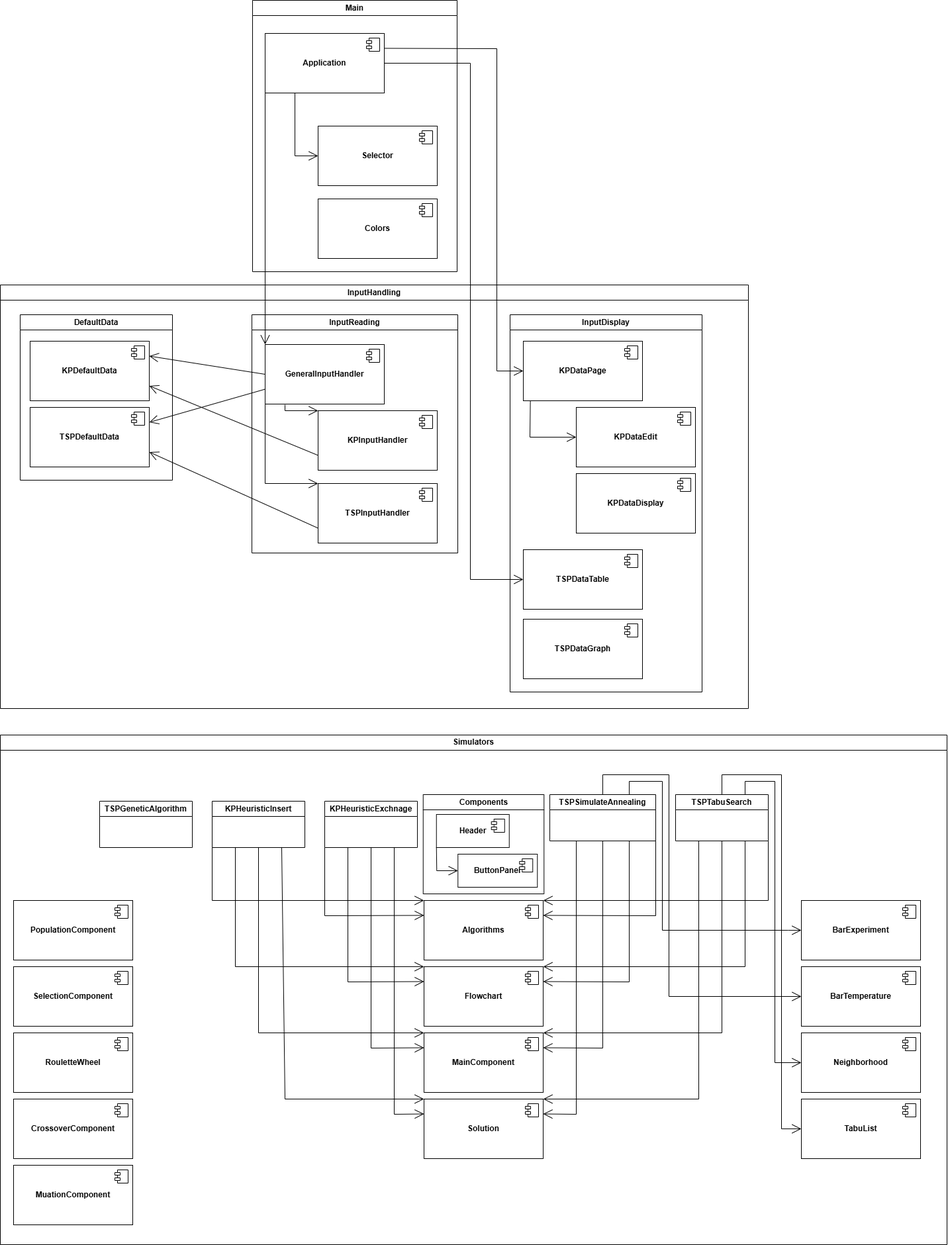
The draw.io diagram BP.png in marek311/heuristics, before a commit. Source tidied: cells renumbered, new cells last; positions are measured from the earlier drawing's top-left corner, leaving out a move shared by most shapes.
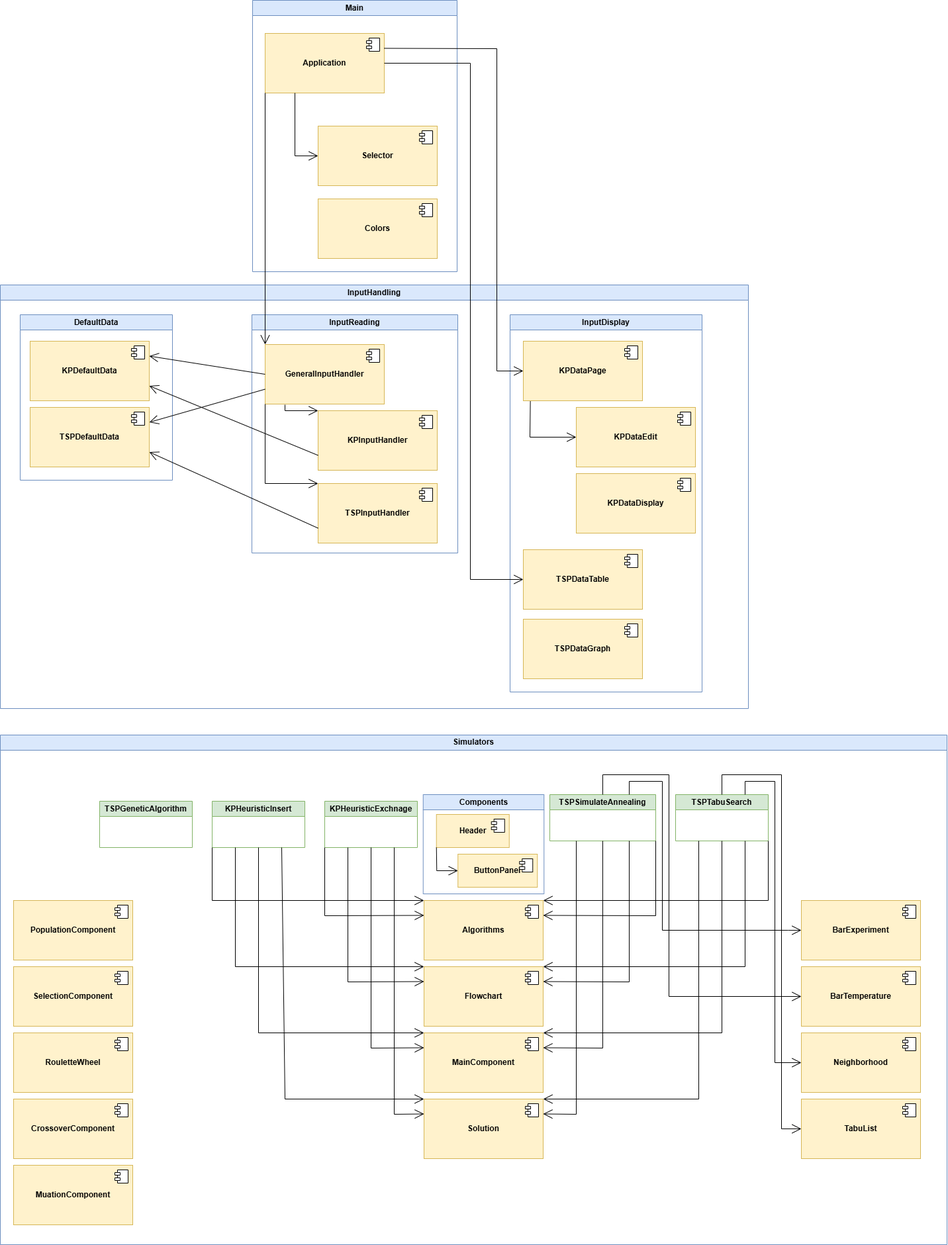
Later version of the same file.

Change to the diagram source:
```diff
@@ -2,13 +2,13 @@
   <root>
     <mxCell id="0" />
     <mxCell id="1" parent="0" />
-    <mxCell id="2" value="InputHandling" style="swimlane;whiteSpace=wrap;html=1;" parent="1" vertex="1">
+    <mxCell id="2" value="InputHandling" style="swimlane;whiteSpace=wrap;html=1;fillColor=#dae8fc;strokeColor=#6c8ebf;" parent="1" vertex="1">
       <mxGeometry y="430" width="1130" height="640" as="geometry" />
     </mxCell>
-    <mxCell id="3" value="Defa&lt;span style=&quot;background-color: transparent; color: light-dark(rgb(0, 0, 0), rgb(255, 255, 255));&quot;&gt;ultData&lt;/span&gt;" style="swimlane;whiteSpace=wrap;html=1;" parent="1" vertex="1">
+    <mxCell id="3" value="Defa&lt;span style=&quot;background-color: transparent; color: light-dark(rgb(0, 0, 0), rgb(255, 255, 255));&quot;&gt;ultData&lt;/span&gt;" style="swimlane;whiteSpace=wrap;html=1;fillColor=#dae8fc;strokeColor=#6c8ebf;" parent="1" vertex="1">
       <mxGeometry x="30" y="475" width="230" height="250" as="geometry" />
     </mxCell>
-    <mxCell id="4" value="&lt;b&gt;KPDefaultData&lt;/b&gt;" style="html=1;whiteSpace=wrap;" parent="3" vertex="1">
+    <mxCell id="4" value="&lt;b&gt;KPDefaultData&lt;/b&gt;" style="html=1;whiteSpace=wrap;fillColor=#fff2cc;strokeColor=#d6b656;" parent="3" vertex="1">
       <mxGeometry x="15" y="40" width="180" height="90" as="geometry" />
     </mxCell>
     <mxCell id="5" style="shape=module;jettyWidth=8;jettyHeight=4;" parent="4" vertex="1">
@@ -16,7 +16,7 @@
         <mxPoint x="-27" y="7" as="offset" />
       </mxGeometry>
     </mxCell>
-    <mxCell id="6" value="&lt;b&gt;TSPDefault&lt;/b&gt;&lt;b style=&quot;background-color: transparent; color: light-dark(rgb(0, 0, 0), rgb(255, 255, 255));&quot;&gt;Data&lt;/b&gt;" style="html=1;whiteSpace=wrap;" parent="3" vertex="1">
+    <mxCell id="6" value="&lt;b&gt;TSPDefault&lt;/b&gt;&lt;b style=&quot;background-color: transparent; color: light-dark(rgb(0, 0, 0), rgb(255, 255, 255));&quot;&gt;Data&lt;/b&gt;" style="html=1;whiteSpace=wrap;fillColor=#fff2cc;strokeColor=#d6b656;" parent="3" vertex="1">
       <mxGeometry x="15" y="140" width="180" height="90" as="geometry" />
     </mxCell>
     <mxCell id="7" style="shape=module;jettyWidth=8;jettyHeight=4;" parent="6" vertex="1">
@@ -24,10 +24,10 @@
         <mxPoint x="-27" y="7" as="offset" />
       </mxGeometry>
     </mxCell>
-    <mxCell id="8" value="InputDisplay" style="swimlane;whiteSpace=wrap;html=1;" parent="1" vertex="1">
+    <mxCell id="8" value="InputDisplay" style="swimlane;whiteSpace=wrap;html=1;fillColor=#dae8fc;strokeColor=#6c8ebf;" parent="1" vertex="1">
       <mxGeometry x="770" y="475" width="290" height="570" as="geometry" />
     </mxCell>
-    <mxCell id="9" value="&lt;b&gt;KPDataDisplay&lt;/b&gt;" style="html=1;whiteSpace=wrap;" parent="8" vertex="1">
+    <mxCell id="9" value="&lt;b&gt;KPDataDisplay&lt;/b&gt;" style="html=1;whiteSpace=wrap;fillColor=#fff2cc;strokeColor=#d6b656;" parent="8" vertex="1">
       <mxGeometry x="100" y="240" width="180" height="90" as="geometry" />
     </mxCell>
     <mxCell id="10" style="shape=module;jettyWidth=8;jettyHeight=4;" parent="9" vertex="1">
@@ -35,7 +35,7 @@
         <mxPoint x="-27" y="7" as="offset" />
       </mxGeometry>
     </mxCell>
-    <mxCell id="11" value="&lt;b&gt;KPDataEdit&lt;/b&gt;" style="html=1;whiteSpace=wrap;" parent="8" vertex="1">
+    <mxCell id="11" value="&lt;b&gt;KPDataEdit&lt;/b&gt;" style="html=1;whiteSpace=wrap;fillColor=#fff2cc;strokeColor=#d6b656;" parent="8" vertex="1">
       <mxGeometry x="100" y="140" width="180" height="90" as="geometry" />
     </mxCell>
     <mxCell id="12" style="shape=module;jettyWidth=8;jettyHeight=4;" parent="11" vertex="1">
@@ -43,7 +43,7 @@
         <mxPoint x="-27" y="7" as="offset" />
       </mxGeometry>
     </mxCell>
-    <mxCell id="13" value="&lt;b&gt;TSPDataGraph&lt;/b&gt;" style="html=1;whiteSpace=wrap;" parent="8" vertex="1">
+    <mxCell id="13" value="&lt;b&gt;TSPDataGraph&lt;/b&gt;" style="html=1;whiteSpace=wrap;fillColor=#fff2cc;strokeColor=#d6b656;" parent="8" vertex="1">
       <mxGeometry x="20" y="460" width="180" height="90" as="geometry" />
     </mxCell>
     <mxCell id="14" style="shape=module;jettyWidth=8;jettyHeight=4;" parent="13" vertex="1">
@@ -51,7 +51,7 @@
         <mxPoint x="-27" y="7" as="offset" />
       </mxGeometry>
     </mxCell>
-    <mxCell id="15" value="&lt;b&gt;KPDataPage&lt;/b&gt;" style="html=1;whiteSpace=wrap;" parent="8" vertex="1">
+    <mxCell id="15" value="&lt;b&gt;KPDataPage&lt;/b&gt;" style="html=1;whiteSpace=wrap;fillColor=#fff2cc;strokeColor=#d6b656;" parent="8" vertex="1">
       <mxGeometry x="20" y="40" width="180" height="90" as="geometry" />
     </mxCell>
     <mxCell id="16" style="shape=module;jettyWidth=8;jettyHeight=4;" parent="15" vertex="1">
@@ -66,7 +66,7 @@
         </Array>
       </mxGeometry>
     </mxCell>
-    <mxCell id="18" value="&lt;b&gt;TSPDataTable&lt;/b&gt;" style="html=1;whiteSpace=wrap;" parent="8" vertex="1">
+    <mxCell id="18" value="&lt;b&gt;TSPDataTable&lt;/b&gt;" style="html=1;whiteSpace=wrap;fillColor=#fff2cc;strokeColor=#d6b656;" parent="8" vertex="1">
       <mxGeometry x="20" y="355" width="180" height="90" as="geometry" />
     </mxCell>
     <mxCell id="19" style="shape=module;jettyWidth=8;jettyHeight=4;" parent="18" vertex="1">
@@ -74,10 +74,10 @@
         <mxPoint x="-27" y="7" as="offset" />
       </mxGeometry>
     </mxCell>
-    <mxCell id="20" value="InputReading" style="swimlane;whiteSpace=wrap;html=1;startSize=23;" parent="1" vertex="1">
+    <mxCell id="20" value="InputReading" style="swimlane;whiteSpace=wrap;html=1;startSize=23;fillColor=#dae8fc;strokeColor=#6c8ebf;" parent="1" vertex="1">
       <mxGeometry x="380" y="475" width="311" height="360" as="geometry" />
     </mxCell>
-    <mxCell id="21" value="&lt;b&gt;GeneralInputHandler&lt;/b&gt;" style="html=1;whiteSpace=wrap;" parent="20" vertex="1">
+    <mxCell id="21" value="&lt;b&gt;GeneralInputHandler&lt;/b&gt;" style="html=1;whiteSpace=wrap;fillColor=#fff2cc;strokeColor=#d6b656;" parent="20" vertex="1">
       <mxGeometry x="20" y="45" width="180" height="90" as="geometry" />
     </mxCell>
     <mxCell id="22" style="shape=module;jettyWidth=8;jettyHeight=4;" parent="21" vertex="1">
@@ -85,7 +85,7 @@
         <mxPoint x="-27" y="7" as="offset" />
       </mxGeometry>
     </mxCell>
-    <mxCell id="23" value="&lt;b&gt;TSPInputHandler&lt;/b&gt;" style="html=1;whiteSpace=wrap;" parent="20" vertex="1">
+    <mxCell id="23" value="&lt;b&gt;TSPInputHandler&lt;/b&gt;" style="html=1;whiteSpace=wrap;fillColor=#fff2cc;strokeColor=#d6b656;" parent="20" vertex="1">
       <mxGeometry x="100" y="255" width="180" height="90" as="geometry" />
     </mxCell>
     <mxCell id="24" style="shape=module;jettyWidth=8;jettyHeight=4;" parent="23" vertex="1">
@@ -101,7 +101,7 @@
         </Array>
       </mxGeometry>
     </mxCell>
-    <mxCell id="26" value="&lt;b&gt;KPInputHandler&lt;/b&gt;" style="html=1;whiteSpace=wrap;" parent="20" vertex="1">
+    <mxCell id="26" value="&lt;b&gt;KPInputHandler&lt;/b&gt;" style="html=1;whiteSpace=wrap;fillColor=#fff2cc;strokeColor=#d6b656;" parent="20" vertex="1">
       <mxGeometry x="100" y="145" width="180" height="90" as="geometry" />
     </mxCell>
     <mxCell id="27" style="shape=module;jettyWidth=8;jettyHeight=4;" parent="26" vertex="1">
@@ -129,10 +129,10 @@
     <mxCell id="32" style="endArrow=open;endFill=1;endSize=12;html=1;rounded=0;exitX=0;exitY=0.75;exitDx=0;exitDy=0;entryX=1;entryY=0.75;entryDx=0;entryDy=0;" parent="1" edge="1" source="23" target="6">
       <mxGeometry relative="1" as="geometry" />
     </mxCell>
-    <mxCell id="33" value="Main" style="swimlane;whiteSpace=wrap;html=1;" parent="1" vertex="1">
+    <mxCell id="33" value="Main" style="swimlane;whiteSpace=wrap;html=1;fillColor=#dae8fc;strokeColor=#6c8ebf;" parent="1" vertex="1">
       <mxGeometry x="381" width="309" height="410" as="geometry" />
     </mxCell>
-    <mxCell id="34" value="&lt;b&gt;Application&lt;/b&gt;" style="html=1;whiteSpace=wrap;" parent="33" vertex="1">
+    <mxCell id="34" value="&lt;b&gt;Application&lt;/b&gt;" style="html=1;whiteSpace=wrap;fillColor=#fff2cc;strokeColor=#d6b656;" parent="33" vertex="1">
       <mxGeometry x="19" y="50" width="180" height="90" as="geometry" />
     </mxCell>
     <mxCell id="35" style="shape=module;jettyWidth=8;jettyHeight=4;" parent="34" vertex="1">
@@ -140,7 +140,7 @@
         <mxPoint x="-27" y="7" as="offset" />
       </mxGeometry>
     </mxCell>
-    <mxCell id="36" value="&lt;b&gt;Selector&lt;/b&gt;" style="html=1;whiteSpace=wrap;" parent="33" vertex="1">
+    <mxCell id="36" value="&lt;b&gt;Selector&lt;/b&gt;" style="html=1;whiteSpace=wrap;fillColor=#fff2cc;strokeColor=#d6b656;" parent="33" vertex="1">
       <mxGeometry x="99" y="190" width="180" height="90" as="geometry" />
     </mxCell>
     <mxCell id="37" style="shape=module;jettyWidth=8;jettyHeight=4;" parent="36" vertex="1">
@@ -148,7 +148,7 @@
         <mxPoint x="-27" y="7" as="offset" />
       </mxGeometry>
     </mxCell>
-    <mxCell id="38" value="&lt;b&gt;Colors&lt;/b&gt;" style="html=1;whiteSpace=wrap;" parent="33" vertex="1">
+    <mxCell id="38" value="&lt;b&gt;Colors&lt;/b&gt;" style="html=1;whiteSpace=wrap;fillColor=#fff2cc;strokeColor=#d6b656;" parent="33" vertex="1">
       <mxGeometry x="99" y="300" width="180" height="90" as="geometry" />
     </mxCell>
     <mxCell id="39" style="shape=module;jettyWidth=8;jettyHeight=4;" parent="38" vertex="1">
@@ -182,10 +182,10 @@
         </Array>
       </mxGeometry>
     </mxCell>
-    <mxCell id="44" value="Simulators" style="swimlane;whiteSpace=wrap;html=1;" parent="1" vertex="1">
+    <mxCell id="44" value="Simulators" style="swimlane;whiteSpace=wrap;html=1;fillColor=#dae8fc;strokeColor=#6c8ebf;" parent="1" vertex="1">
       <mxGeometry y="1110" width="1430" height="770" as="geometry" />
     </mxCell>
-    <mxCell id="45" value="&lt;b&gt;Algorithms&lt;/b&gt;" style="html=1;whiteSpace=wrap;" parent="44" vertex="1">
+    <mxCell id="45" value="&lt;b&gt;Algorithms&lt;/b&gt;" style="html=1;whiteSpace=wrap;fillColor=#fff2cc;strokeColor=#d6b656;" parent="44" vertex="1">
       <mxGeometry x="640" y="250" width="180" height="90" as="geometry" />
     </mxCell>
     <mxCell id="46" style="shape=module;jettyWidth=8;jettyHeight=4;" parent="45" vertex="1">
@@ -193,7 +193,7 @@
         <mxPoint x="-27" y="7" as="offset" />
       </mxGeometry>
     </mxCell>
-    <mxCell id="47" value="&lt;b&gt;Flowchart&lt;/b&gt;" style="html=1;whiteSpace=wrap;" parent="44" vertex="1">
+    <mxCell id="47" value="&lt;b&gt;Flowchart&lt;/b&gt;" style="html=1;whiteSpace=wrap;fillColor=#fff2cc;strokeColor=#d6b656;" parent="44" vertex="1">
       <mxGeometry x="640" y="350" width="180" height="90" as="geometry" />
     </mxCell>
     <mxCell id="48" style="shape=module;jettyWidth=8;jettyHeight=4;" parent="47" vertex="1">
@@ -201,7 +201,7 @@
         <mxPoint x="-27" y="7" as="offset" />
       </mxGeometry>
     </mxCell>
-    <mxCell id="49" value="&lt;b&gt;MainComponent&lt;/b&gt;" style="html=1;whiteSpace=wrap;" parent="44" vertex="1">
+    <mxCell id="49" value="&lt;b&gt;MainComponent&lt;/b&gt;" style="html=1;whiteSpace=wrap;fillColor=#fff2cc;strokeColor=#d6b656;" parent="44" vertex="1">
       <mxGeometry x="640" y="450" width="180" height="90" as="geometry" />
     </mxCell>
     <mxCell id="50" style="shape=module;jettyWidth=8;jettyHeight=4;" parent="49" vertex="1">
@@ -209,7 +209,7 @@
         <mxPoint x="-27" y="7" as="offset" />
       </mxGeometry>
     </mxCell>
-    <mxCell id="51" value="&lt;b&gt;Solution&lt;/b&gt;" style="html=1;whiteSpace=wrap;" parent="44" vertex="1">
+    <mxCell id="51" value="&lt;b&gt;Solution&lt;/b&gt;" style="html=1;whiteSpace=wrap;fillColor=#fff2cc;strokeColor=#d6b656;" parent="44" vertex="1">
       <mxGeometry x="640" y="550" width="180" height="90" as="geometry" />
     </mxCell>
     <mxCell id="52" style="shape=module;jettyWidth=8;jettyHeight=4;" parent="51" vertex="1">
@@ -217,7 +217,7 @@
         <mxPoint x="-27" y="7" as="offset" />
       </mxGeometry>
     </mxCell>
-    <mxCell id="53" value="&lt;b&gt;BarExperiment&lt;/b&gt;" style="html=1;whiteSpace=wrap;" parent="44" vertex="1">
+    <mxCell id="53" value="&lt;b&gt;BarExperiment&lt;/b&gt;" style="html=1;whiteSpace=wrap;fillColor=#fff2cc;strokeColor=#d6b656;" parent="44" vertex="1">
       <mxGeometry x="1210" y="250" width="180" height="90" as="geometry" />
     </mxCell>
     <mxCell id="54" style="shape=module;jettyWidth=8;jettyHeight=4;" parent="53" vertex="1">
@@ -225,7 +225,7 @@
         <mxPoint x="-27" y="7" as="offset" />
       </mxGeometry>
     </mxCell>
-    <mxCell id="55" value="&lt;b&gt;BarTemperature&lt;/b&gt;" style="html=1;whiteSpace=wrap;" parent="44" vertex="1">
+    <mxCell id="55" value="&lt;b&gt;BarTemperature&lt;/b&gt;" style="html=1;whiteSpace=wrap;fillColor=#fff2cc;strokeColor=#d6b656;" parent="44" vertex="1">
       <mxGeometry x="1210" y="350" width="180" height="90" as="geometry" />
     </mxCell>
     <mxCell id="56" style="shape=module;jettyWidth=8;jettyHeight=4;" parent="55" vertex="1">
@@ -233,7 +233,7 @@
         <mxPoint x="-27" y="7" as="offset" />
       </mxGeometry>
     </mxCell>
-    <mxCell id="57" value="&lt;b&gt;Neighborhood&lt;/b&gt;" style="html=1;whiteSpace=wrap;" parent="44" vertex="1">
+    <mxCell id="57" value="&lt;b&gt;Neighborhood&lt;/b&gt;" style="html=1;whiteSpace=wrap;fillColor=#fff2cc;strokeColor=#d6b656;" parent="44" vertex="1">
       <mxGeometry x="1210" y="450" width="180" height="90" as="geometry" />
     </mxCell>
     <mxCell id="58" style="shape=module;jettyWidth=8;jettyHeight=4;" parent="57" vertex="1">
@@ -241,7 +241,7 @@
         <mxPoint x="-27" y="7" as="offset" />
       </mxGeometry>
     </mxCell>
-    <mxCell id="59" value="&lt;b&gt;TabuList&lt;/b&gt;" style="html=1;whiteSpace=wrap;" parent="44" vertex="1">
+    <mxCell id="59" value="&lt;b&gt;TabuList&lt;/b&gt;" style="html=1;whiteSpace=wrap;fillColor=#fff2cc;strokeColor=#d6b656;" parent="44" vertex="1">
       <mxGeometry x="1210" y="550" width="180" height="90" as="geometry" />
     </mxCell>
     <mxCell id="60" style="shape=module;jettyWidth=8;jettyHeight=4;" parent="59" vertex="1">
@@ -249,7 +249,7 @@
         <mxPoint x="-27" y="7" as="offset" />
       </mxGeometry>
     </mxCell>
-    <mxCell id="61" value="&lt;b&gt;CrossoverComponent&lt;/b&gt;" style="html=1;whiteSpace=wrap;" parent="44" vertex="1">
+    <mxCell id="61" value="&lt;b&gt;CrossoverComponent&lt;/b&gt;" style="html=1;whiteSpace=wrap;fillColor=#fff2cc;strokeColor=#d6b656;" parent="44" vertex="1">
       <mxGeometry x="20" y="550" width="180" height="90" as="geometry" />
     </mxCell>
     <mxCell id="62" style="shape=module;jettyWidth=8;jettyHeight=4;" parent="61" vertex="1">
@@ -257,7 +257,7 @@
         <mxPoint x="-27" y="7" as="offset" />
       </mxGeometry>
     </mxCell>
-    <mxCell id="63" value="&lt;b&gt;MuationComponent&lt;/b&gt;" style="html=1;whiteSpace=wrap;" parent="44" vertex="1">
+    <mxCell id="63" value="&lt;b&gt;MuationComponent&lt;/b&gt;" style="html=1;whiteSpace=wrap;fillColor=#fff2cc;strokeColor=#d6b656;" parent="44" vertex="1">
       <mxGeometry x="20" y="650" width="180" height="90" as="geometry" />
     </mxCell>
     <mxCell id="64" style="shape=module;jettyWidth=8;jettyHeight=4;" parent="63" vertex="1">
@@ -265,7 +265,7 @@
         <mxPoint x="-27" y="7" as="offset" />
       </mxGeometry>
     </mxCell>
-    <mxCell id="65" value="&lt;b&gt;PopulationComponent&lt;/b&gt;" style="html=1;whiteSpace=wrap;" parent="44" vertex="1">
+    <mxCell id="65" value="&lt;b&gt;PopulationComponent&lt;/b&gt;" style="html=1;whiteSpace=wrap;fillColor=#fff2cc;strokeColor=#d6b656;" parent="44" vertex="1">
       <mxGeometry x="20" y="250" width="180" height="90" as="geometry" />
     </mxCell>
     <mxCell id="66" style="shape=module;jettyWidth=8;jettyHeight=4;" parent="65" vertex="1">
@@ -273,7 +273,7 @@
         <mxPoint x="-27" y="7" as="offset" />
       </mxGeometry>
     </mxCell>
-    <mxCell id="67" value="&lt;b&gt;RouletteWheel&lt;/b&gt;" style="html=1;whiteSpace=wrap;" parent="44" vertex="1">
+    <mxCell id="67" value="&lt;b&gt;RouletteWheel&lt;/b&gt;" style="html=1;whiteSpace=wrap;fillColor=#fff2cc;strokeColor=#d6b656;" parent="44" vertex="1">
       <mxGeometry x="20" y="450" width="180" height="90" as="geometry" />
     </mxCell>
     <mxCell id="68" style="shape=module;jettyWidth=8;jettyHeight=4;" parent="67" vertex="1">
@@ -281,7 +281,7 @@
         <mxPoint x="-27" y="7" as="offset" />
       </mxGeometry>
     </mxCell>
-    <mxCell id="69" value="&lt;b&gt;SelectionComponent&lt;/b&gt;" style="html=1;whiteSpace=wrap;" parent="44" vertex="1">
+    <mxCell id="69" value="&lt;b&gt;SelectionComponent&lt;/b&gt;" style="html=1;whiteSpace=wrap;fillColor=#fff2cc;strokeColor=#d6b656;" parent="44" vertex="1">
       <mxGeometry x="20" y="350" width="180" height="90" as="geometry" />
     </mxCell>
     <mxCell id="70" style="shape=module;jettyWidth=8;jettyHeight=4;" parent="69" vertex="1">
@@ -289,19 +289,19 @@
         <mxPoint x="-27" y="7" as="offset" />
       </mxGeometry>
     </mxCell>
-    <mxCell id="71" value="KPHeuristicExchnage" style="swimlane;whiteSpace=wrap;html=1;" parent="44" vertex="1">
+    <mxCell id="71" value="KPHeuristicExchnage" style="swimlane;whiteSpace=wrap;html=1;fillColor=#d5e8d4;strokeColor=#82b366;" parent="44" vertex="1">
       <mxGeometry x="490" y="100" width="140" height="70" as="geometry" />
     </mxCell>
-    <mxCell id="72" value="KPHeuristicInsert" style="swimlane;whiteSpace=wrap;html=1;" parent="44" vertex="1">
+    <mxCell id="72" value="KPHeuristicInsert" style="swimlane;whiteSpace=wrap;html=1;fillColor=#d5e8d4;strokeColor=#82b366;" parent="44" vertex="1">
       <mxGeometry x="320" y="100" width="140" height="70" as="geometry" />
     </mxCell>
-    <mxCell id="73" value="TSPGeneticAlgorithm" style="swimlane;whiteSpace=wrap;html=1;" parent="44" vertex="1">
+    <mxCell id="73" value="TSPGeneticAlgorithm" style="swimlane;whiteSpace=wrap;html=1;fillColor=#d5e8d4;strokeColor=#82b366;" parent="44" vertex="1">
       <mxGeometry x="150" y="100" width="140" height="70" as="geometry" />
     </mxCell>
-    <mxCell id="74" value="TSPTabuSearch" style="swimlane;whiteSpace=wrap;html=1;" parent="44" vertex="1">
+    <mxCell id="74" value="TSPTabuSearch" style="swimlane;whiteSpace=wrap;html=1;fillColor=#d5e8d4;strokeColor=#82b366;" parent="44" vertex="1">
       <mxGeometry x="1020" y="90" width="140" height="70" as="geometry" />
     </mxCell>
-    <mxCell id="75" value="TSPSimulateAnnealing" style="swimlane;whiteSpace=wrap;html=1;startSize=23;" parent="44" vertex="1">
+    <mxCell id="75" value="TSPSimulateAnnealing" style="swimlane;whiteSpace=wrap;html=1;startSize=23;fillColor=#d5e8d4;strokeColor=#82b366;" parent="44" vertex="1">
       <mxGeometry x="830" y="90" width="160" height="70" as="geometry" />
     </mxCell>
     <mxCell id="76" style="endArrow=open;endFill=1;endSize=12;html=1;rounded=0;exitX=0;exitY=1;exitDx=0;exitDy=0;entryX=0;entryY=0;entryDx=0;entryDy=0;" parent="44" edge="1" source="72" target="45">
@@ -453,10 +453,10 @@
         </Array>
       </mxGeometry>
     </mxCell>
-    <mxCell id="96" value="Components" style="swimlane;whiteSpace=wrap;html=1;" parent="44" vertex="1">
+    <mxCell id="96" value="Components" style="swimlane;whiteSpace=wrap;html=1;fillColor=#dae8fc;strokeColor=#6c8ebf;" parent="44" vertex="1">
       <mxGeometry x="638.8" y="90" width="182.5" height="150" as="geometry" />
     </mxCell>
-    <mxCell id="97" value="&lt;b&gt;Header&lt;/b&gt;" style="html=1;whiteSpace=wrap;" parent="96" vertex="1">
+    <mxCell id="97" value="&lt;b&gt;Header&lt;/b&gt;" style="html=1;whiteSpace=wrap;fillColor=#fff2cc;strokeColor=#d6b656;" parent="96" vertex="1">
       <mxGeometry x="20" y="30" width="110" height="50" as="geometry" />
     </mxCell>
     <mxCell id="98" style="shape=module;jettyWidth=8;jettyHeight=4;" parent="97" vertex="1">
@@ -464,7 +464,7 @@
         <mxPoint x="-27" y="7" as="offset" />
       </mxGeometry>
     </mxCell>
-    <mxCell id="99" value="&lt;b&gt;ButtonPanel&lt;/b&gt;" style="html=1;whiteSpace=wrap;" parent="96" vertex="1">
+    <mxCell id="99" value="&lt;b&gt;ButtonPanel&lt;/b&gt;" style="html=1;whiteSpace=wrap;fillColor=#fff2cc;strokeColor=#d6b656;" parent="96" vertex="1">
       <mxGeometry x="52.5" y="90" width="120" height="50" as="geometry" />
     </mxCell>
     <mxCell id="100" style="shape=module;jettyWidth=8;jettyHeight=4;" parent="99" vertex="1">
```
